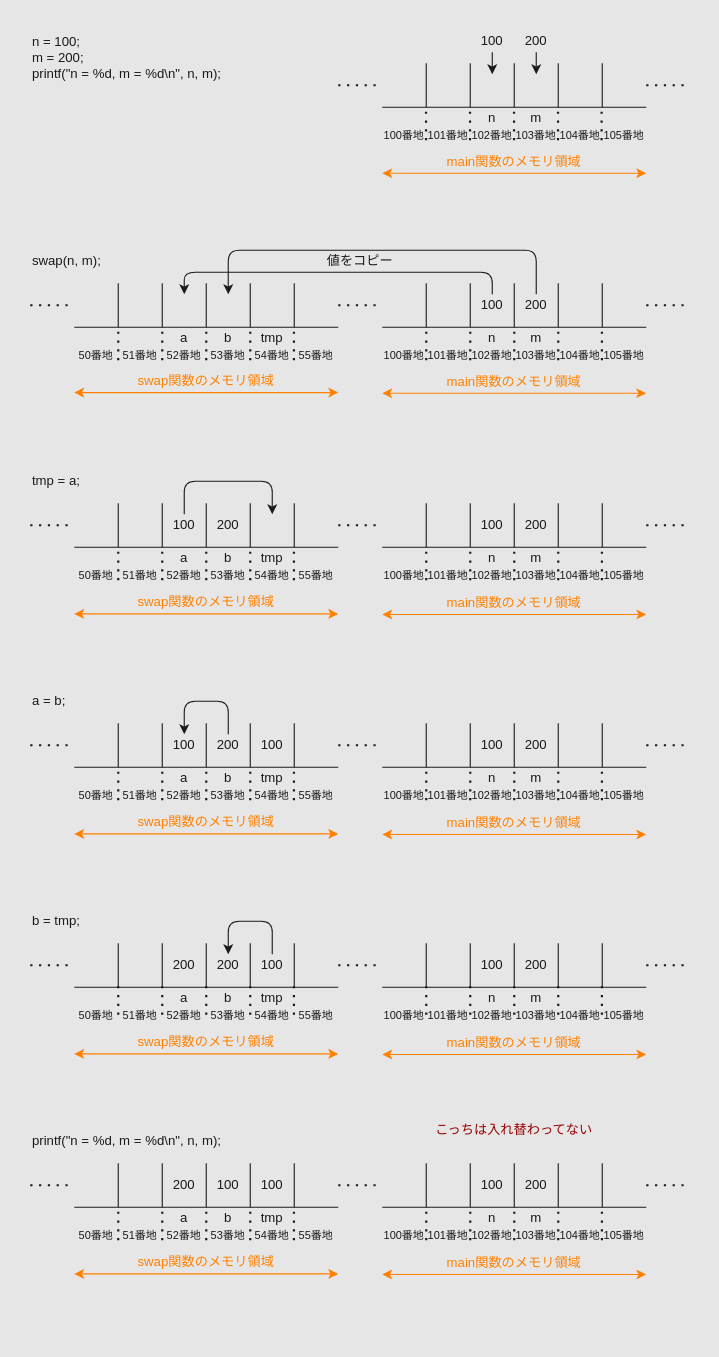
The draw.io diagram page "swap copy" (4 of 5) of src/pointer/index.drawio in tuatmcc/ClangWorkShop, before the edit. Source tidied: cells renumbered, new cells numbered last; positions are measured from the earlier drawing's top-left corner, leaving out a move shared by most shapes. Both pictures are drawn from the tidied source at 110%, with x=0, y=0 at pixel (30, 30).
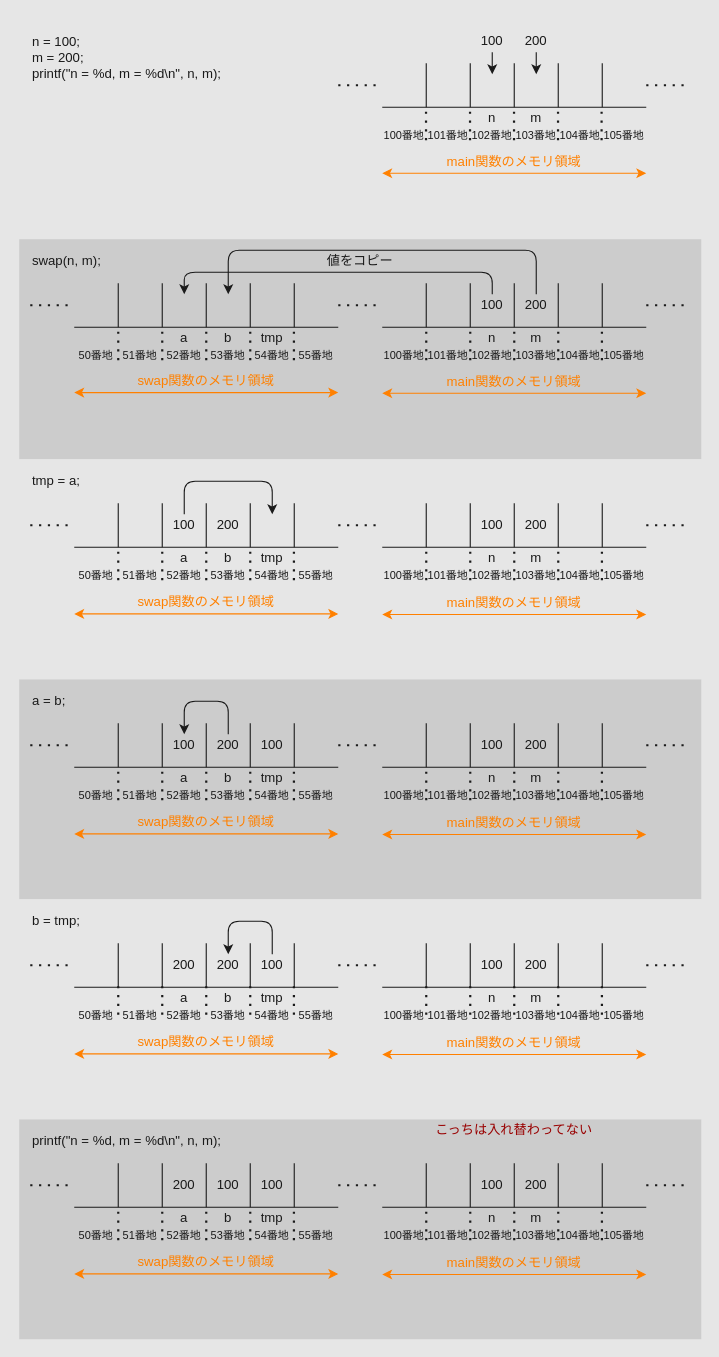
The same page after the edit.

What changed in the source:
```diff
@@
+    <mxCell id="293" style="rounded=0;whiteSpace=wrap;html=1;strokeColor=none;fillColor=#E6E6E6;" parent="1" vertex="1">
+      <mxGeometry x="-10" y="-10" width="620" height="200" as="geometry" />
+    </mxCell>
+    <mxCell id="294" style="rounded=0;whiteSpace=wrap;html=1;strokeColor=none;fillColor=#CCCCCC;" parent="1" vertex="1">
+      <mxGeometry x="-10" y="190" width="620" height="200" as="geometry" />
+    </mxCell>
+    <mxCell id="295" style="rounded=0;whiteSpace=wrap;html=1;strokeColor=none;fillColor=#CCCCCC;" parent="1" vertex="1">
+      <mxGeometry x="-10" y="590" width="620" height="200" as="geometry" />
+    </mxCell>
+    <mxCell id="296" style="rounded=0;whiteSpace=wrap;html=1;strokeColor=none;fillColor=#E6E6E6;" parent="1" vertex="1">
+      <mxGeometry x="-10" y="390" width="620" height="200" as="geometry" />
+    </mxCell>
+    <mxCell id="297" style="rounded=0;whiteSpace=wrap;html=1;strokeColor=none;fillColor=#CCCCCC;" parent="1" vertex="1">
+      <mxGeometry x="-10" y="990" width="620" height="200" as="geometry" />
+    </mxCell>
+    <mxCell id="298" style="rounded=0;whiteSpace=wrap;html=1;strokeColor=none;fillColor=#E6E6E6;" parent="1" vertex="1">
+      <mxGeometry x="-10" y="790" width="620" height="200" as="geometry" />
+    </mxCell>
```
